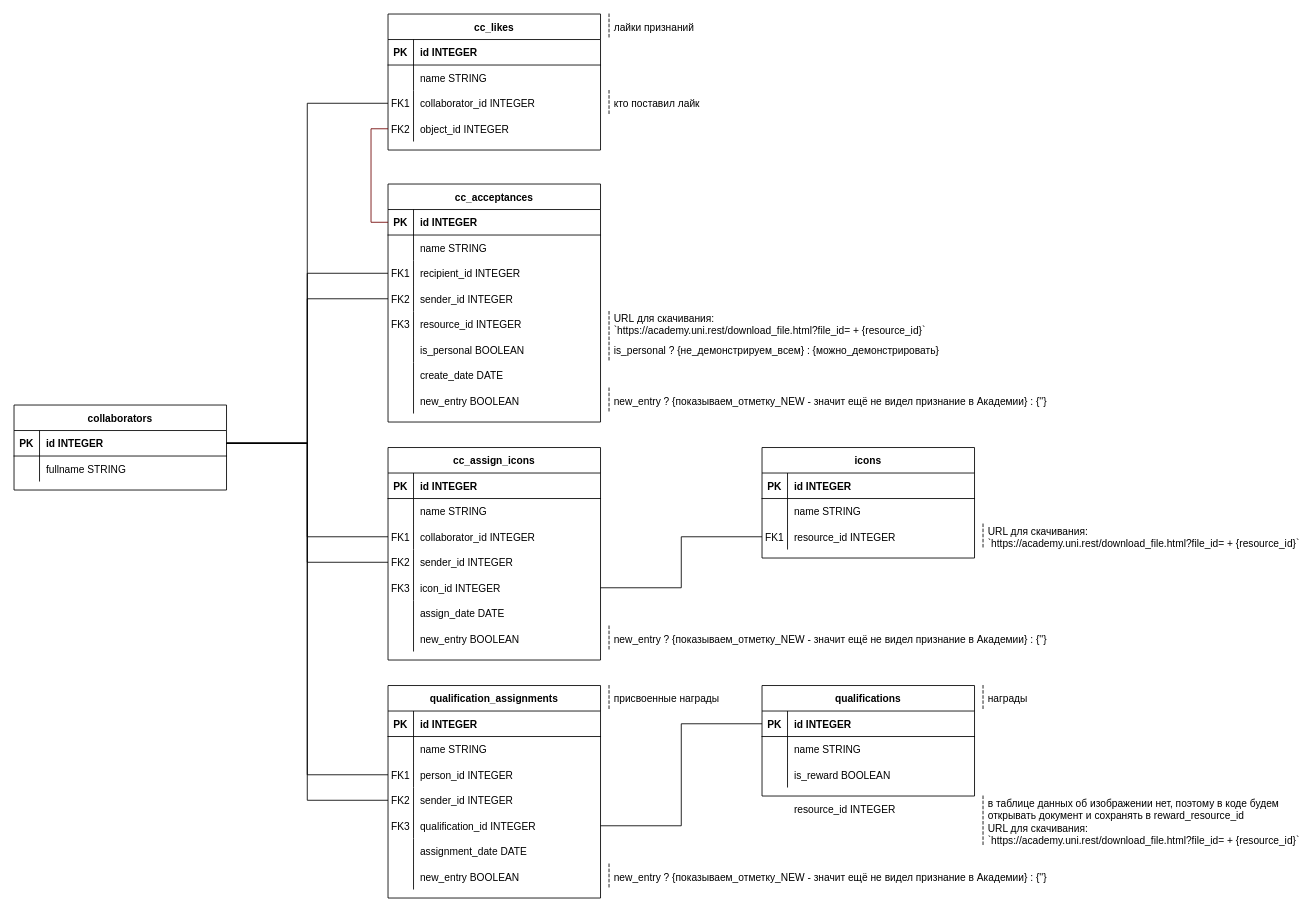
Karamamburu/UniTech_custom_features keeps this draw.io diagram as send_data_for_hrtv.drawio. Above is the earlier version. Source tidied: cells renumbered, new cells numbered last; positions are measured from the earlier drawing's top-left corner, leaving out a move shared by most shapes. Both pictures are drawn from the tidied source at 85%, with x=0, y=0 at pixel (14, 14).
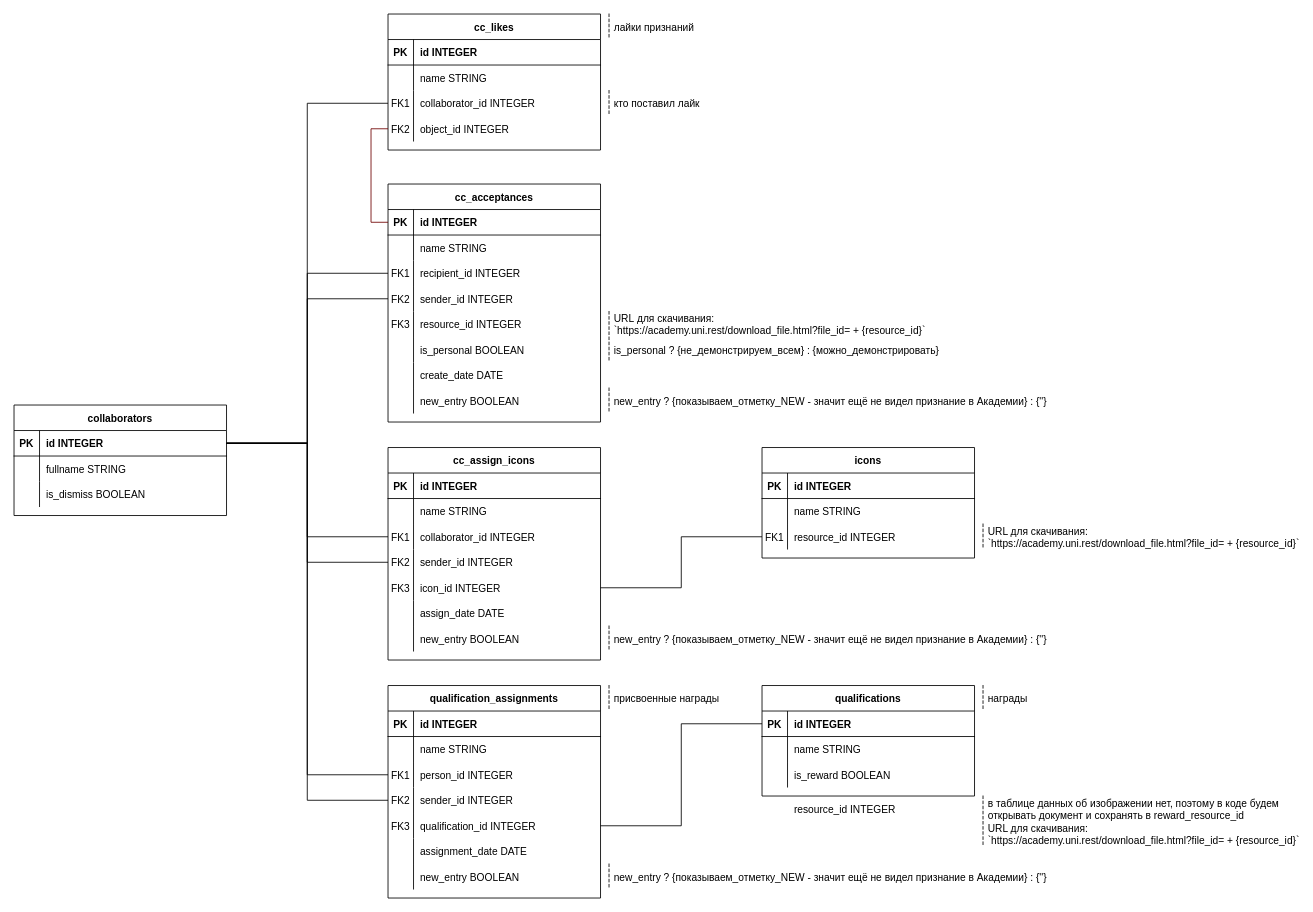
Above is the later version.

What changed in the source:
```diff
@@
     <mxCell id="2" value="collaborators" style="shape=table;startSize=30;childLayout=tableLayout;rowLines=0;fontStyle=1;align=center;" parent="1" vertex="1">
-      <mxGeometry y="460" width="250" height="100" as="geometry" />
+      <mxGeometry y="460" width="250" height="130" as="geometry" />
     </mxCell>
@@
+    <mxCell id="146" style="shape=partialRectangle;fillColor=none;top=0;left=0;right=0;bottom=0;" parent="2" vertex="1">
+      <mxGeometry y="90" width="250" height="30" as="geometry" />
+    </mxCell>
+    <mxCell id="147" style="shape=partialRectangle;overflow=hidden;fillColor=none;top=0;left=0;bottom=0;right=0;" parent="146" vertex="1">
+      <mxGeometry width="30" height="30" as="geometry" />
+    </mxCell>
+    <mxCell id="148" value="is_dismiss BOOLEAN" style="shape=partialRectangle;overflow=hidden;fillColor=none;top=0;left=0;bottom=0;right=0;align=left;spacingLeft=6;" parent="146" vertex="1">
+      <mxGeometry x="30" width="220" height="30" as="geometry" />
+    </mxCell>
```
